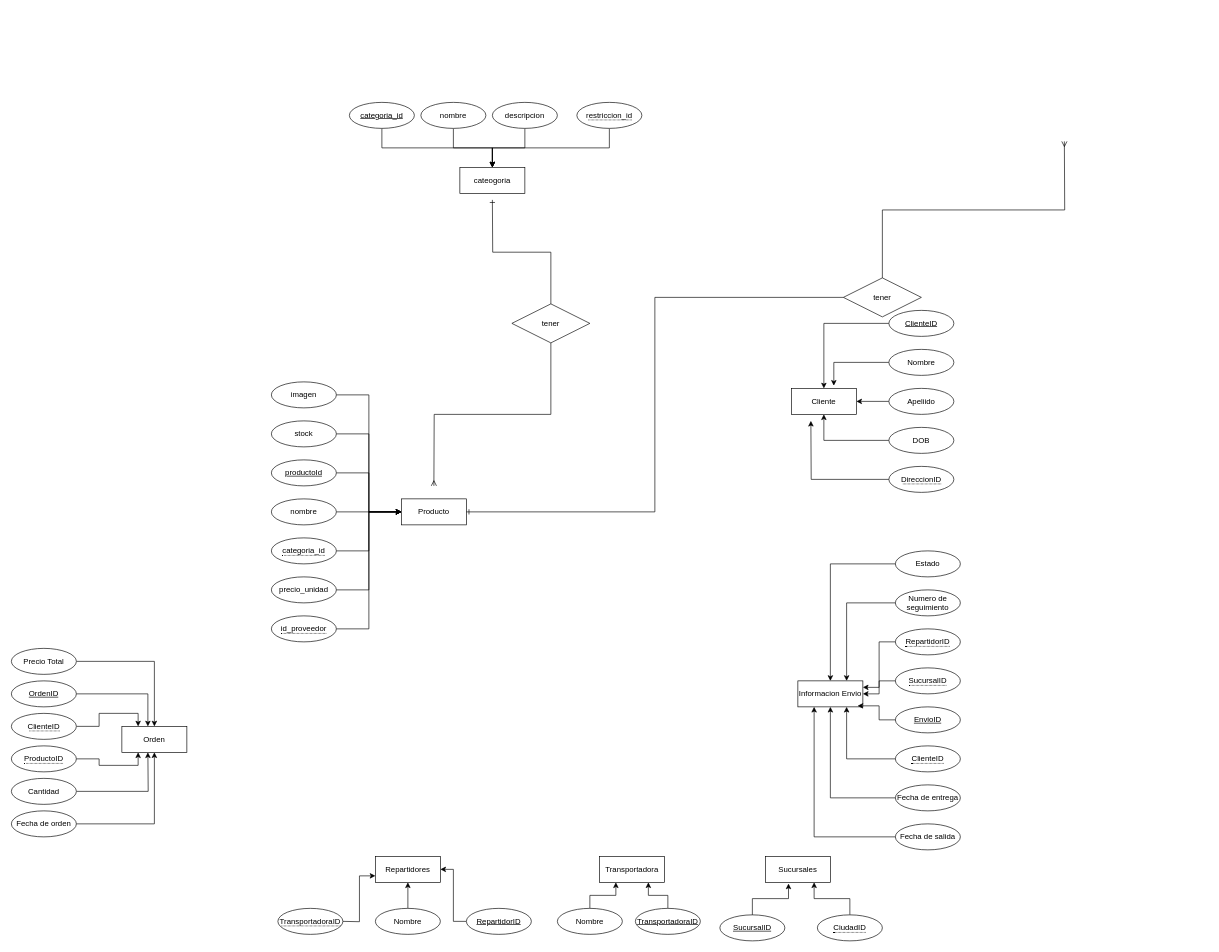
The draw.io diagram ProyectoFinal.drawio in Angel-ISO/Diagramas, before the edit. Source tidied: cells renumbered, new cells numbered last; positions are measured from the earlier drawing's top-left corner, leaving out a move shared by most shapes. Both pictures are drawn from the tidied source at 65%, with x=0, y=0 at pixel (11, 96).
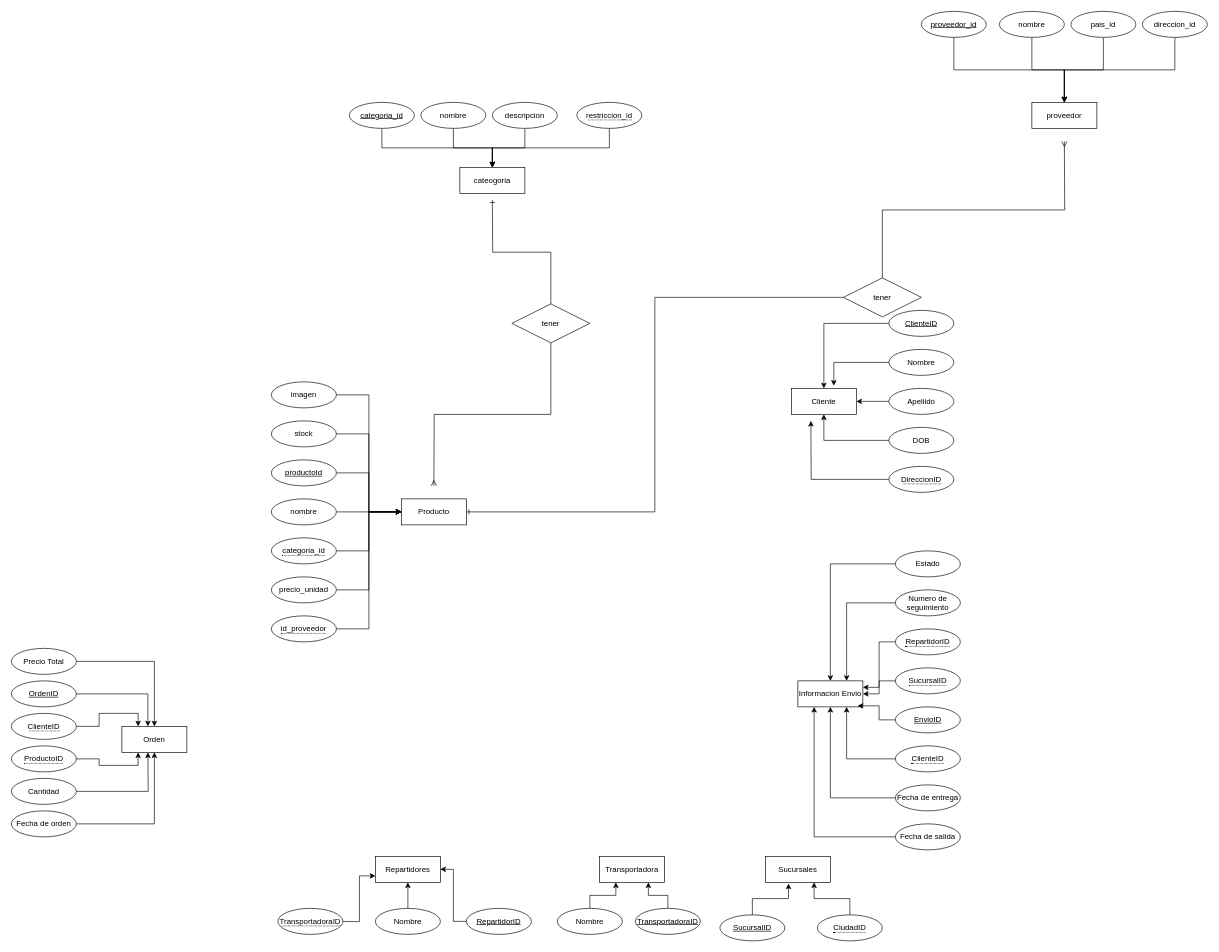
The same page after the edit.

What changed in the source:
```diff
@@
+    <mxCell id="97" style="edgeStyle=orthogonalEdgeStyle;rounded=0;jettySize=auto;html=1;exitX=0.5;exitY=1;exitDx=0;exitDy=0;entryX=0.5;entryY=0;entryDx=0;entryDy=0;" parent="1" edge="1" source="98" target="99">
+      <mxGeometry relative="1" as="geometry" />
+    </mxCell>
@@
+    <mxCell id="98" value="nombre" style="ellipse;whiteSpace=wrap;html=1;align=center;" parent="1" vertex="1">
+      <mxGeometry x="1520" y="-130" width="100" height="40" as="geometry" />
+    </mxCell>
@@
+    <mxCell id="99" value="proveedor" style="whiteSpace=wrap;html=1;align=center;" parent="1" vertex="1">
+      <mxGeometry x="1570" y="10" width="100" height="40" as="geometry" />
+    </mxCell>
@@
+    <mxCell id="100" style="edgeStyle=orthogonalEdgeStyle;rounded=0;jettySize=auto;html=1;exitX=0.5;exitY=1;exitDx=0;exitDy=0;entryX=0.5;entryY=0;entryDx=0;entryDy=0;" parent="1" edge="1" source="101" target="99">
+      <mxGeometry relative="1" as="geometry" />
+    </mxCell>
@@
+    <mxCell id="101" value="proveedor_id" style="ellipse;whiteSpace=wrap;html=1;align=center;fontStyle=4;" parent="1" vertex="1">
+      <mxGeometry x="1400" y="-130" width="100" height="40" as="geometry" />
+    </mxCell>
@@
+    <mxCell id="102" style="edgeStyle=orthogonalEdgeStyle;rounded=0;jettySize=auto;html=1;exitX=0.5;exitY=1;exitDx=0;exitDy=0;entryX=0.5;entryY=0;entryDx=0;entryDy=0;" parent="1" edge="1" source="103" target="99">
+      <mxGeometry relative="1" as="geometry" />
+    </mxCell>
@@
+    <mxCell id="103" value="pais_id" style="ellipse;whiteSpace=wrap;html=1;align=center;" parent="1" vertex="1">
+      <mxGeometry x="1630" y="-130" width="100" height="40" as="geometry" />
+    </mxCell>
@@
+    <mxCell id="104" style="edgeStyle=orthogonalEdgeStyle;rounded=0;jettySize=auto;html=1;exitX=0.5;exitY=1;exitDx=0;exitDy=0;" parent="1" edge="1" source="105" target="99">
+      <mxGeometry relative="1" as="geometry" />
+    </mxCell>
@@
+    <mxCell id="105" value="direccion_id" style="ellipse;whiteSpace=wrap;html=1;align=center;" parent="1" vertex="1">
+      <mxGeometry x="1740" y="-130" width="100" height="40" as="geometry" />
+    </mxCell>
```
